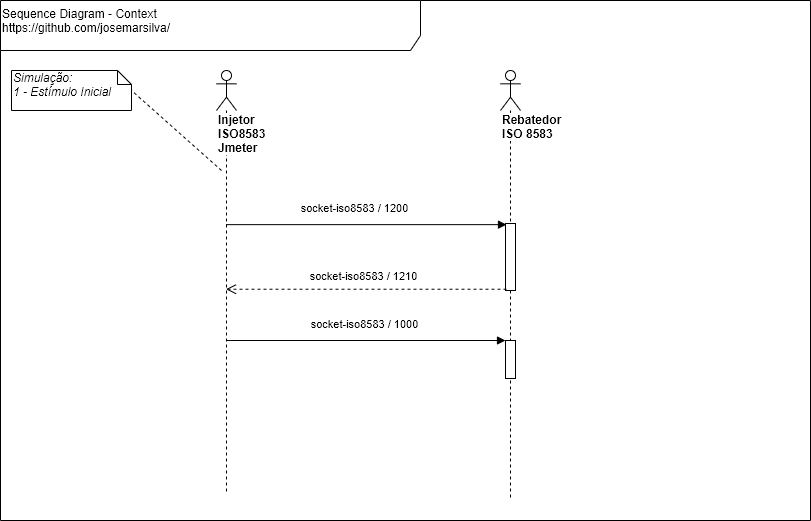
The draw.io diagram doc/SequenceDiagram.png in josemarsilva/apm-labs, before a commit. Source tidied: cells renumbered, new cells last; positions are measured from the earlier drawing's top-left corner, leaving out a move shared by most shapes. The source it was exported from:
```xml
<mxGraphModel background="#ffffff">
  <root>
    <mxCell id="0" />
    <mxCell id="1" parent="0" />
    <mxCell id="2" value="&lt;div&gt;&lt;/div&gt;Sequence Diagram - Context&lt;br&gt;https://github.com/josemarsilva/&lt;div&gt;&lt;br&gt;&lt;/div&gt;" style="shape=umlFrame;whiteSpace=wrap;html=1;width=420;height=50;verticalAlign=top;align=left;" parent="1" vertex="1">
      <mxGeometry width="810" height="520" as="geometry" />
    </mxCell>
    <mxCell id="3" value="&lt;span&gt;Injetor&amp;nbsp;&lt;br&gt;ISO8583&lt;br&gt;&lt;/span&gt;Jmeter&lt;span&gt;&lt;br&gt;&lt;/span&gt;" style="shape=umlLifeline;participant=umlActor;perimeter=lifelinePerimeter;whiteSpace=wrap;html=1;verticalAlign=top;spacingTop=36;labelBackgroundColor=#ffffff;outlineConnect=0;align=left;fontStyle=1;" parent="1" vertex="1">
      <mxGeometry x="216" y="70" width="20" height="423" as="geometry" />
    </mxCell>
    <mxCell id="4" value="Rebatedor&lt;br&gt;ISO 8583" style="shape=umlLifeline;participant=umlActor;perimeter=lifelinePerimeter;whiteSpace=wrap;html=1;verticalAlign=top;spacingTop=36;labelBackgroundColor=#ffffff;align=left;fontStyle=1;" parent="1" vertex="1">
      <mxGeometry x="500" y="70" width="20" height="430" as="geometry" />
    </mxCell>
    <mxCell id="5" style="html=1;points=[];perimeter=orthogonalPerimeter;" parent="4" vertex="1">
      <mxGeometry x="5" y="153" width="10" height="67" as="geometry" />
    </mxCell>
    <mxCell id="6" style="html=1;points=[];perimeter=orthogonalPerimeter;" parent="4" vertex="1">
      <mxGeometry x="5" y="270" width="10" height="38" as="geometry" />
    </mxCell>
    <mxCell id="7" value="socket-iso8583 / 1200" style="html=1;verticalAlign=bottom;endArrow=block;entryX=0.1;entryY=0.017;entryPerimeter=0;" parent="1" edge="1" source="3" target="5">
      <mxGeometry x="-0.09" y="7" relative="1" as="geometry" />
    </mxCell>
    <mxCell id="8" value="socket-iso8583 / 1210" style="html=1;verticalAlign=bottom;endArrow=open;dashed=1;endSize=8;exitX=0.1;exitY=0.981;exitPerimeter=0;" parent="1" edge="1" source="5" target="3">
      <mxGeometry x="0.02" y="-4" relative="1" as="geometry" />
    </mxCell>
    <mxCell id="9" value="socket-iso8583 / 1000" style="html=1;verticalAlign=bottom;endArrow=block;entryX=0;entryY=0;" parent="1" edge="1" source="3" target="6">
      <mxGeometry x="-0.02" y="7" relative="1" as="geometry" />
    </mxCell>
    <mxCell id="10" value="&lt;span&gt;Simulação:&lt;/span&gt;&lt;br&gt;1 - Estímulo Inicial" style="shape=note;whiteSpace=wrap;html=1;size=14;verticalAlign=top;align=left;spacingTop=-6;fontStyle=2;" parent="1" vertex="1">
      <mxGeometry x="11" y="70" width="120" height="40" as="geometry" />
    </mxCell>
    <mxCell id="11" style="html=1;verticalAlign=bottom;endArrow=none;dashed=1;endSize=8;endFill=0;entryX=1;entryY=0.5;" parent="1" edge="1" target="10">
      <mxGeometry relative="1" as="geometry">
        <mxPoint x="221" y="170" as="sourcePoint" />
      </mxGeometry>
    </mxCell>
  </root>
</mxGraphModel>
```
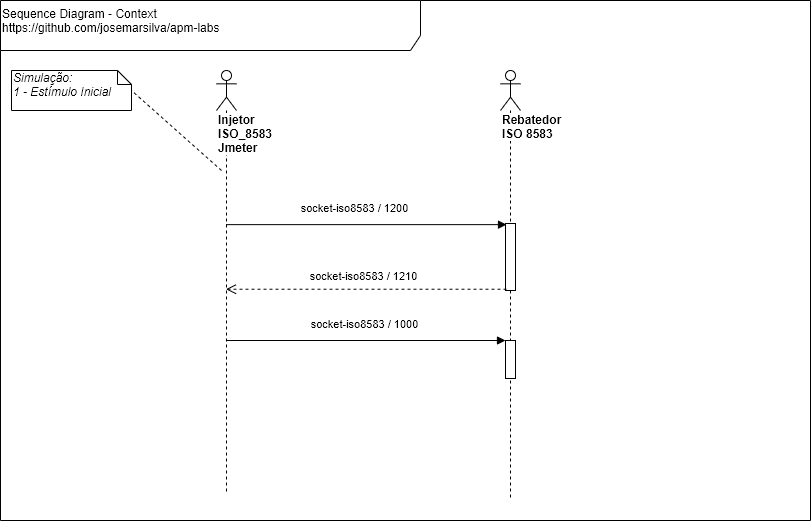
Later version of the same file.

Change to the diagram source:
```diff
@@ -2,10 +2,10 @@
   <root>
     <mxCell id="0" />
     <mxCell id="1" parent="0" />
-    <mxCell id="2" value="&lt;div&gt;&lt;/div&gt;Sequence Diagram - Context&lt;br&gt;https://github.com/josemarsilva/&lt;div&gt;&lt;br&gt;&lt;/div&gt;" style="shape=umlFrame;whiteSpace=wrap;html=1;width=420;height=50;verticalAlign=top;align=left;" parent="1" vertex="1">
+    <mxCell id="2" value="&lt;div&gt;&lt;/div&gt;Sequence Diagram - Context&lt;br&gt;https://github.com/josemarsilva/apm-labs&lt;div&gt;&lt;br&gt;&lt;/div&gt;" style="shape=umlFrame;whiteSpace=wrap;html=1;width=420;height=50;verticalAlign=top;align=left;" parent="1" vertex="1">
       <mxGeometry width="810" height="520" as="geometry" />
     </mxCell>
-    <mxCell id="3" value="&lt;span&gt;Injetor&amp;nbsp;&lt;br&gt;ISO8583&lt;br&gt;&lt;/span&gt;Jmeter&lt;span&gt;&lt;br&gt;&lt;/span&gt;" style="shape=umlLifeline;participant=umlActor;perimeter=lifelinePerimeter;whiteSpace=wrap;html=1;verticalAlign=top;spacingTop=36;labelBackgroundColor=#ffffff;outlineConnect=0;align=left;fontStyle=1;" parent="1" vertex="1">
+    <mxCell id="3" value="&lt;span&gt;Injetor&amp;nbsp;&lt;br&gt;ISO_8583&lt;br&gt;&lt;/span&gt;Jmeter&lt;span&gt;&lt;br&gt;&lt;/span&gt;" style="shape=umlLifeline;participant=umlActor;perimeter=lifelinePerimeter;whiteSpace=wrap;html=1;verticalAlign=top;spacingTop=36;labelBackgroundColor=#ffffff;outlineConnect=0;align=left;fontStyle=1;" parent="1" vertex="1">
       <mxGeometry x="216" y="70" width="20" height="423" as="geometry" />
     </mxCell>
     <mxCell id="4" value="Rebatedor&lt;br&gt;ISO 8583" style="shape=umlLifeline;participant=umlActor;perimeter=lifelinePerimeter;whiteSpace=wrap;html=1;verticalAlign=top;spacingTop=36;labelBackgroundColor=#ffffff;align=left;fontStyle=1;" parent="1" vertex="1">
```
